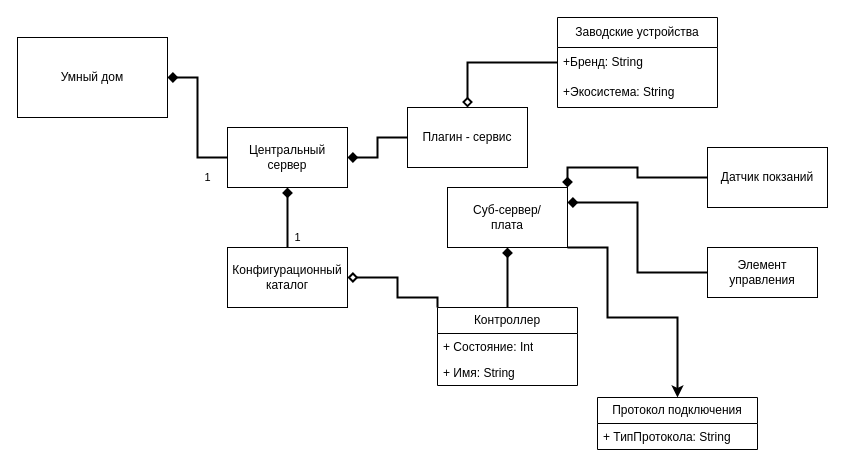
tireks/OOAP keeps this draw.io diagram as LAB1/Диаграмма без названия.drawio. Above is the earlier version. Source tidied: cells renumbered, new cells numbered last; positions are measured from the earlier drawing's top-left corner, leaving out a move shared by most shapes. Both pictures are drawn from the tidied source at 100%, with x=0, y=0 at pixel (17, 17).
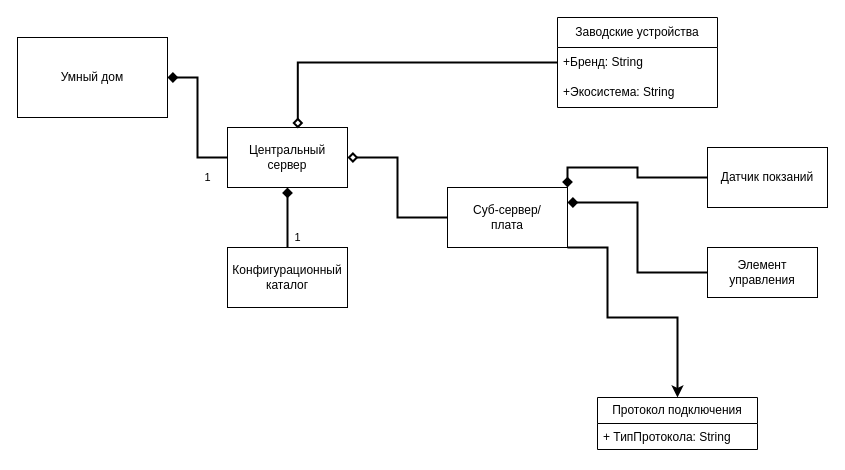
Above is the later version.

Unchanged cells that the change refers to:
```xml
<mxCell id="6" value="Конфигурационный каталог" style="rounded=0;whiteSpace=wrap;html=1;" parent="1" vertex="1">
  <mxGeometry x="210" y="230" width="120" height="60" as="geometry" />
</mxCell>
<mxCell id="8" value="Суб-сервер/&lt;br&gt;плата" style="rounded=0;whiteSpace=wrap;html=1;" parent="1" vertex="1">
  <mxGeometry x="430" y="170" width="120" height="60" as="geometry" />
</mxCell>
<mxCell id="10" value="Центральный сервер" style="rounded=0;whiteSpace=wrap;html=1;" parent="1" vertex="1">
  <mxGeometry x="210" y="110" width="120" height="60" as="geometry" />
</mxCell>
<mxCell id="17" value="+Бренд: String" style="text;strokeColor=none;fillColor=none;align=left;verticalAlign=middle;spacingLeft=4;spacingRight=4;overflow=hidden;points=[[0,0.5],[1,0.5]];portConstraint=eastwest;whiteSpace=wrap;html=1;" parent="16" vertex="1">
  <mxGeometry y="30" width="160" height="30" as="geometry" />
</mxCell>
```

What changed in the source:
```diff
@@
-    <mxCell id="3" style="edgeStyle=orthogonalEdgeStyle;rounded=0;jettySize=auto;html=1;endArrow=diamond;endFill=1;strokeWidth=2;" parent="1" edge="1" source="4" target="10">
-      <mxGeometry relative="1" as="geometry" />
-    </mxCell>
-    <mxCell id="4" value="Плагин - сервис" style="rounded=0;whiteSpace=wrap;html=1;" parent="1" vertex="1">
-      <mxGeometry x="390" y="90" width="120" height="60" as="geometry" />
-    </mxCell>
@@
+    <mxCell id="26" style="edgeStyle=orthogonalEdgeStyle;rounded=0;jettySize=auto;html=1;entryX=1;entryY=0.5;entryDx=0;entryDy=0;strokeWidth=2;endArrow=diamond;endFill=0;" parent="1" edge="1" source="8" target="10">
+      <mxGeometry relative="1" as="geometry" />
+    </mxCell>
@@
-    <mxCell id="11" style="edgeStyle=orthogonalEdgeStyle;rounded=0;jettySize=auto;html=1;strokeWidth=2;endArrow=diamond;endFill=0;exitX=0;exitY=0;exitDx=0;exitDy=0;" parent="1" edge="1" source="19" target="6">
-      <mxGeometry relative="1" as="geometry">
-        <Array as="points">
-          <mxPoint x="420" y="280" />
-          <mxPoint x="380" y="280" />
-          <mxPoint x="380" y="260" />
-        </Array>
-      </mxGeometry>
-    </mxCell>
-    <mxCell id="12" style="edgeStyle=orthogonalEdgeStyle;rounded=0;jettySize=auto;html=1;strokeWidth=2;endArrow=diamond;endFill=1;exitX=0.5;exitY=0;exitDx=0;exitDy=0;" parent="1" edge="1" source="19" target="8">
-      <mxGeometry relative="1" as="geometry" />
-    </mxCell>
@@
-    <mxCell id="15" style="edgeStyle=orthogonalEdgeStyle;rounded=0;jettySize=auto;html=1;entryX=0.5;entryY=0;entryDx=0;entryDy=0;endArrow=diamond;endFill=0;strokeWidth=2;exitX=0;exitY=0.5;exitDx=0;exitDy=0;" parent="1" edge="1" source="17" target="4">
+    <mxCell id="15" style="edgeStyle=orthogonalEdgeStyle;rounded=0;jettySize=auto;html=1;entryX=0.586;entryY=0.015;entryDx=0;entryDy=0;endArrow=diamond;endFill=0;strokeWidth=2;exitX=0;exitY=0.5;exitDx=0;exitDy=0;entryPerimeter=0;" parent="1" edge="1" source="17" target="10">
       <mxGeometry relative="1" as="geometry" />
     </mxCell>
@@
-    <mxCell id="19" value="Контроллер" style="swimlane;fontStyle=0;horizontal=1;startSize=26;fillColor=none;whiteSpace=wrap;html=1;" parent="1" vertex="1">
-      <mxGeometry x="420" y="290" width="140" height="78" as="geometry" />
-    </mxCell>
-    <mxCell id="20" value="+ Состояние: Int" style="text;strokeColor=none;fillColor=none;align=left;verticalAlign=top;spacingLeft=4;spacingRight=4;overflow=hidden;whiteSpace=wrap;html=1;" parent="19" vertex="1">
-      <mxGeometry y="26" width="140" height="26" as="geometry" />
-    </mxCell>
-    <mxCell id="21" value="+ Имя: String" style="text;strokeColor=none;fillColor=none;align=left;verticalAlign=top;spacingLeft=4;spacingRight=4;overflow=hidden;whiteSpace=wrap;html=1;" parent="19" vertex="1">
-      <mxGeometry y="52" width="140" height="26" as="geometry" />
-    </mxCell>
```
